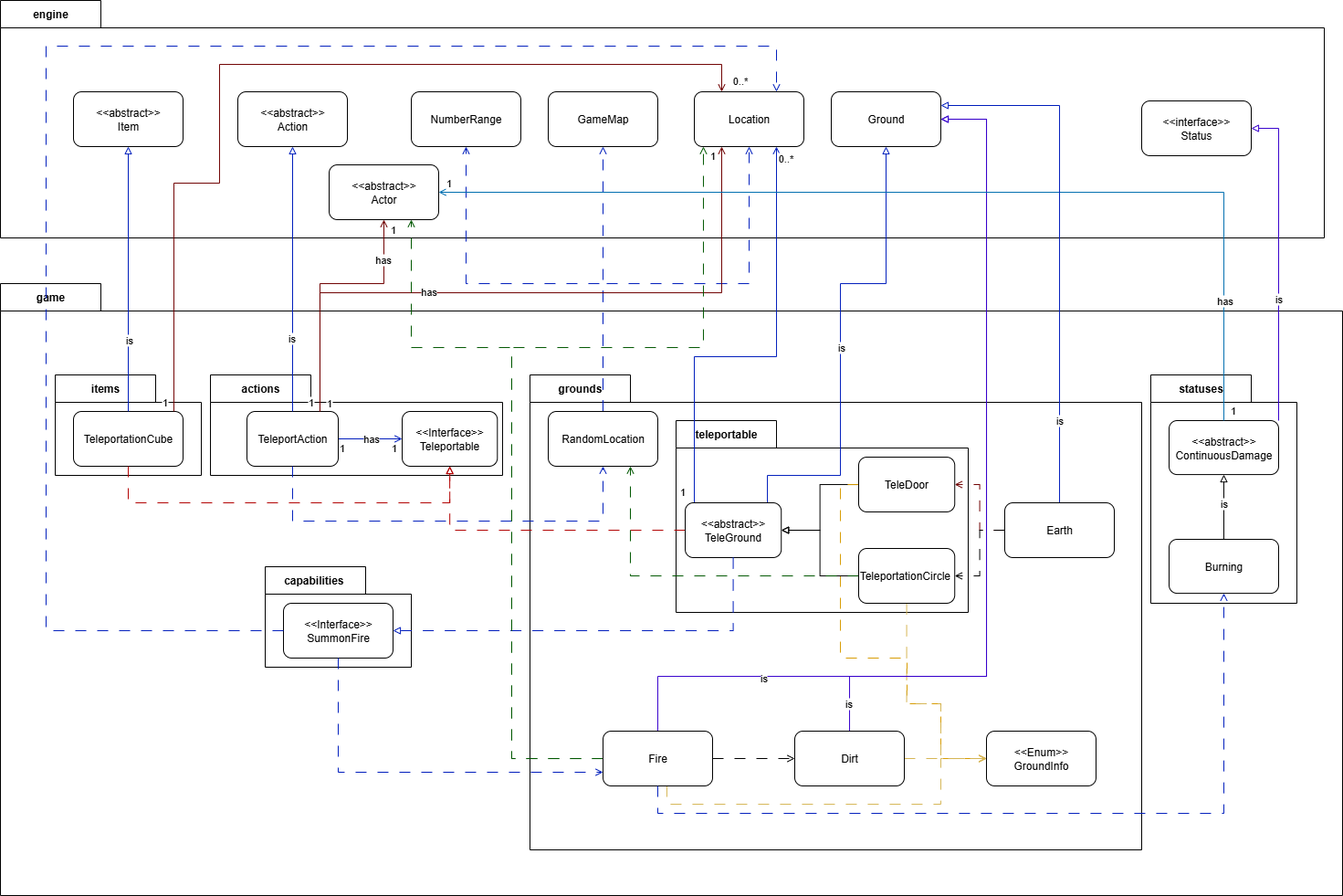
Earlier version of the draw.io export docs/UML/R1_UML.png (MinZY12138/finalA3). Source tidied: cells renumbered, new cells last; positions are measured from the earlier drawing's top-left corner, leaving out a move shared by most shapes.
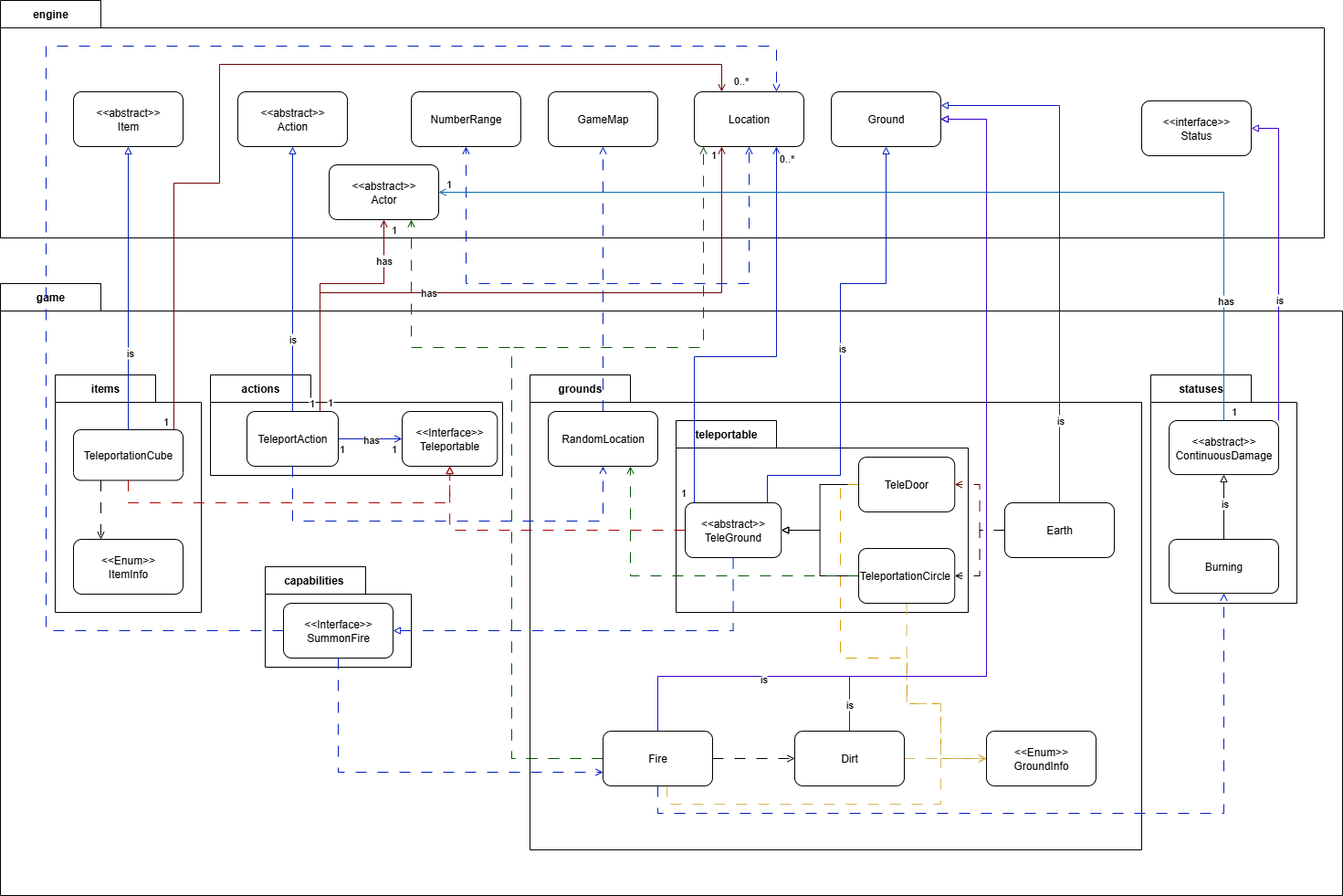
After the change.

Commit message:
Enum ItemInfo

What changed in the source:
```diff
@@ -14,16 +14,22 @@
       </mxGeometry>
     </mxCell>
     <mxCell id="5" value="items" style="shape=folder;fontStyle=1;tabWidth=110;tabHeight=30;tabPosition=left;html=1;boundedLbl=1;labelInHeader=1;whiteSpace=wrap;" parent="1" vertex="1">
-      <mxGeometry x="60" y="410" width="160" height="110" as="geometry" />
+      <mxGeometry x="60" y="410" width="160" height="260" as="geometry" />
     </mxCell>
     <mxCell id="6" style="html=1;strokeColor=none;fillColor=none;whiteSpace=wrap;" parent="5" vertex="1">
-      <mxGeometry width="160" height="77" relative="1" as="geometry">
+      <mxGeometry width="160" height="182" relative="1" as="geometry">
         <mxPoint y="30" as="offset" />
       </mxGeometry>
     </mxCell>
+    <mxCell id="101" style="edgeStyle=orthogonalEdgeStyle;rounded=0;jettySize=auto;html=1;exitX=0.25;exitY=1;exitDx=0;exitDy=0;entryX=0.25;entryY=0;entryDx=0;entryDy=0;dashed=1;dashPattern=12 12;endArrow=open;endFill=0;" parent="5" edge="1" source="7" target="102">
+      <mxGeometry relative="1" as="geometry" />
+    </mxCell>
     <mxCell id="7" value="TeleportationCube" style="rounded=1;whiteSpace=wrap;html=1;" parent="5" vertex="1">
-      <mxGeometry x="20" y="40" width="120" height="60" as="geometry" />
+      <mxGeometry x="20" y="60" width="120" height="55.5" as="geometry" />
     </mxCell>
+    <mxCell id="102" value="&amp;lt;&amp;lt;Enum&amp;gt;&amp;gt;&lt;div&gt;ItemInfo&lt;/div&gt;" style="rounded=1;whiteSpace=wrap;html=1;" parent="5" vertex="1">
+      <mxGeometry x="20" y="180" width="120" height="60" as="geometry" />
+    </mxCell>
     <mxCell id="8" value="actions" style="shape=folder;fontStyle=1;tabWidth=110;tabHeight=30;tabPosition=left;html=1;boundedLbl=1;labelInHeader=1;whiteSpace=wrap;" parent="1" vertex="1">
       <mxGeometry x="230" y="410" width="320" height="110" as="geometry" />
     </mxCell>
```
